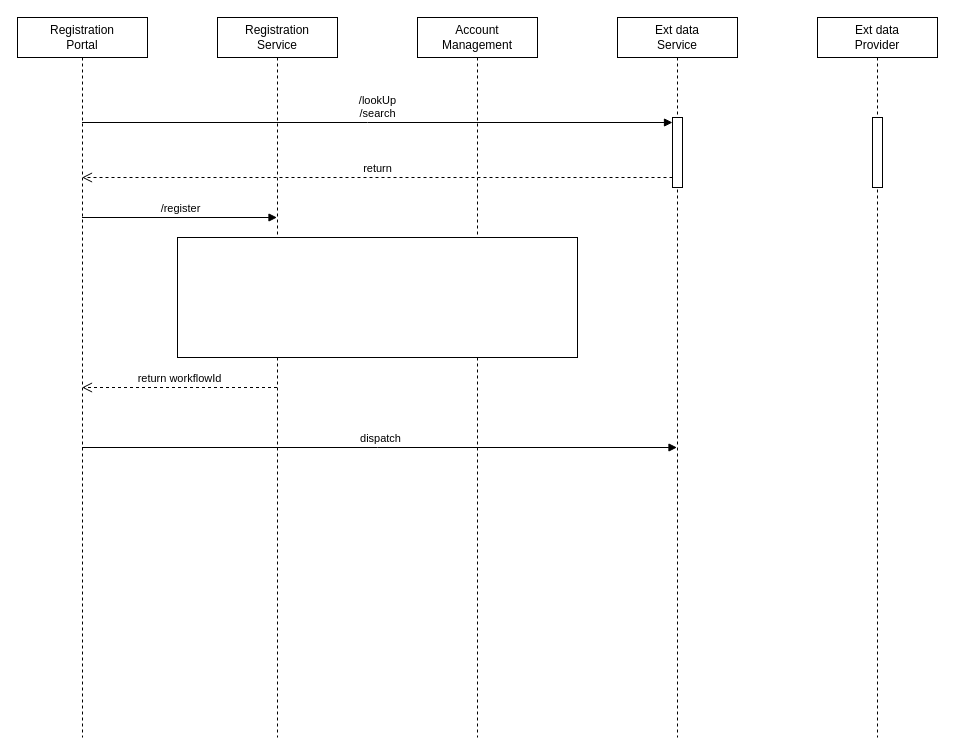
This is page "Page-1" (1 of 2) of tps-externaldata-service.drawio from huangshijie/Drawio, a draw.io file, before an edit. Source tidied: cells renumbered, new cells numbered last; positions are measured from the earlier drawing's top-left corner, leaving out a move shared by most shapes. Both pictures are drawn from the tidied source at 100%, with x=0, y=0 at pixel (17, 17).
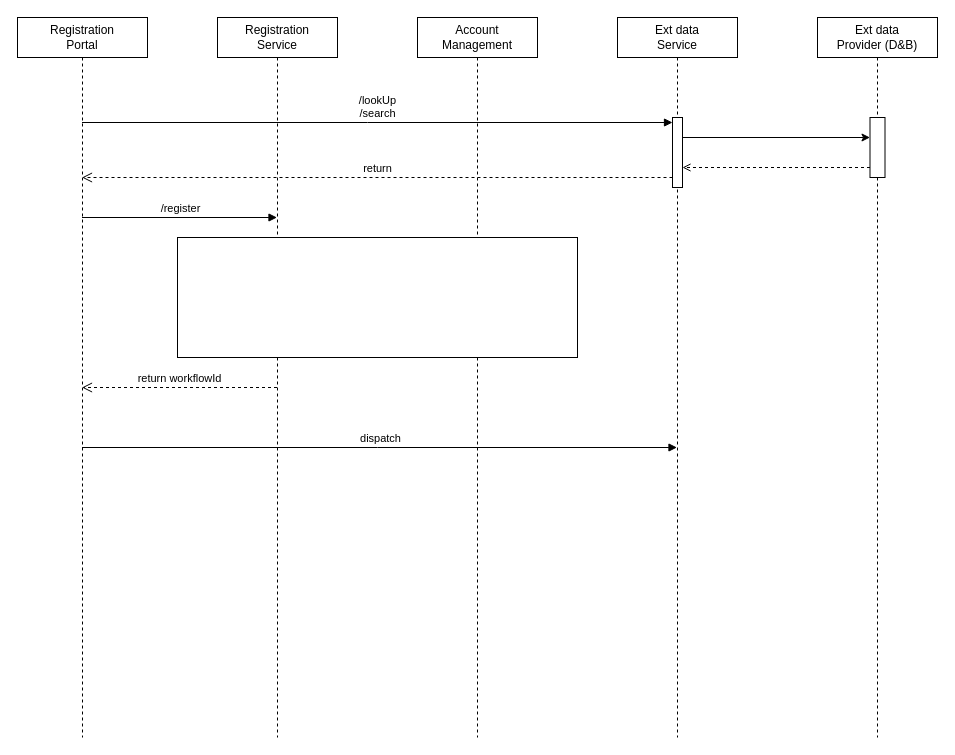
Above is the later version.

Unchanged cells that the change refers to:
```xml
<mxCell id="5" value="Ext data&lt;br&gt;Service" style="shape=umlLifeline;perimeter=lifelinePerimeter;whiteSpace=wrap;html=1;outlineConnect=0;portConstraint=eastwest;newEdgeStyle={&quot;curved&quot;:0,&quot;rounded&quot;:0};" parent="1" vertex="1">
  <mxGeometry x="600" width="120" height="720" as="geometry" />
</mxCell>
```

The edit, as a diff of the source:
```diff
@@
-    <mxCell id="6" style="html=1;points=[[0,0,0,0,5],[0,1,0,0,-5],[1,0,0,0,5],[1,1,0,0,-5]];perimeter=orthogonalPerimeter;outlineConnect=0;targetShapes=umlLifeline;portConstraint=eastwest;newEdgeStyle={&quot;curved&quot;:0,&quot;rounded&quot;:0};" parent="5" vertex="1">
-      <mxGeometry x="55" y="100" width="10" height="70" as="geometry" />
-    </mxCell>
@@
-    <mxCell id="10" value="Ext data&lt;br&gt;Provider" style="shape=umlLifeline;perimeter=lifelinePerimeter;whiteSpace=wrap;html=1;newEdgeStyle={&quot;curved&quot;:0,&quot;rounded&quot;:0};" parent="1" vertex="1">
+    <mxCell id="10" value="Ext data&lt;br&gt;Provider (D&amp;amp;B)" style="shape=umlLifeline;perimeter=lifelinePerimeter;whiteSpace=wrap;html=1;newEdgeStyle={&quot;curved&quot;:0,&quot;rounded&quot;:0};" parent="1" vertex="1">
       <mxGeometry x="800" width="120" height="720" as="geometry" />
     </mxCell>
-    <mxCell id="11" style="html=1;perimeter=orthogonalPerimeter;targetShapes=umlLifeline;newEdgeStyle={&quot;curved&quot;:0,&quot;rounded&quot;:0};" parent="10" vertex="1">
-      <mxGeometry x="55" y="100" width="10" height="70" as="geometry" />
-    </mxCell>
@@
+    <mxCell id="15" style="endArrow=classic;html=1;rounded=0;" parent="1" edge="1">
+      <mxGeometry relative="1" as="geometry">
+        <mxPoint x="665" y="120" as="sourcePoint" />
+        <mxPoint x="852.5" y="120" as="targetPoint" />
+      </mxGeometry>
+    </mxCell>
+    <mxCell id="16" style="endArrow=open;html=1;rounded=0;startArrow=none;startFill=0;endFill=0;dashed=1;" parent="1" edge="1">
+      <mxGeometry relative="1" as="geometry">
+        <mxPoint x="852.5" y="150" as="sourcePoint" />
+        <mxPoint x="665" y="150" as="targetPoint" />
+      </mxGeometry>
+    </mxCell>
+    <mxCell id="6" style="html=1;points=[[0,0,0,0,5],[0,1,0,0,-5],[1,0,0,0,5],[1,1,0,0,-5]];perimeter=orthogonalPerimeter;outlineConnect=0;targetShapes=umlLifeline;portConstraint=eastwest;newEdgeStyle={&quot;curved&quot;:0,&quot;rounded&quot;:0};" parent="1" vertex="1">
+      <mxGeometry x="655" y="100" width="10" height="70" as="geometry" />
+    </mxCell>
+    <mxCell id="11" style="html=1;perimeter=orthogonalPerimeter;targetShapes=umlLifeline;newEdgeStyle={&quot;curved&quot;:0,&quot;rounded&quot;:0};" parent="1" vertex="1">
+      <mxGeometry x="852.5" y="100" width="15" height="60" as="geometry" />
+    </mxCell>
```
